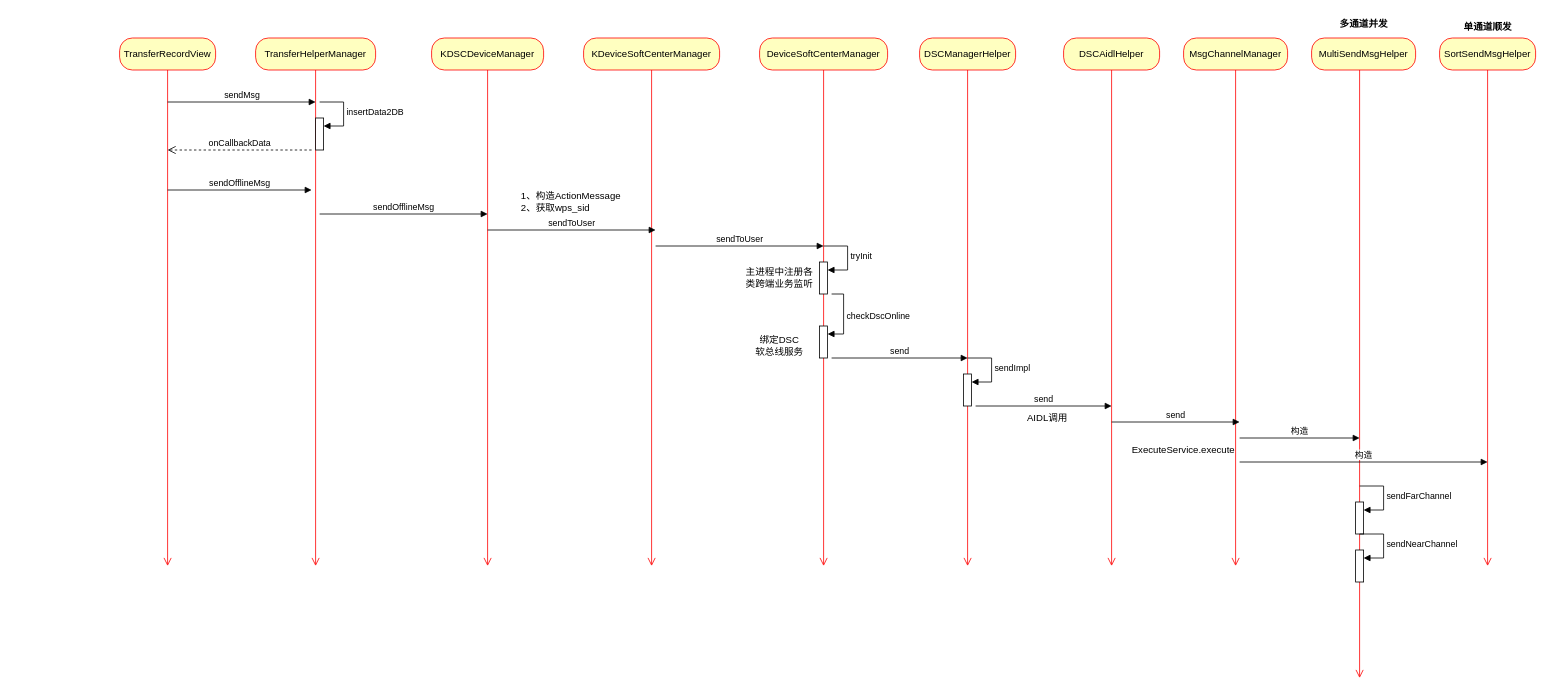
The draw.io diagram 软总线消息发送.drawio in welthy/WXInspireLibrary, before the edit. Source tidied: cells renumbered, new cells numbered last; positions are measured from the earlier drawing's top-left corner, leaving out a move shared by most shapes. Both pictures are drawn from the tidied source at 80%, with x=0, y=0 at pixel (119, 14).
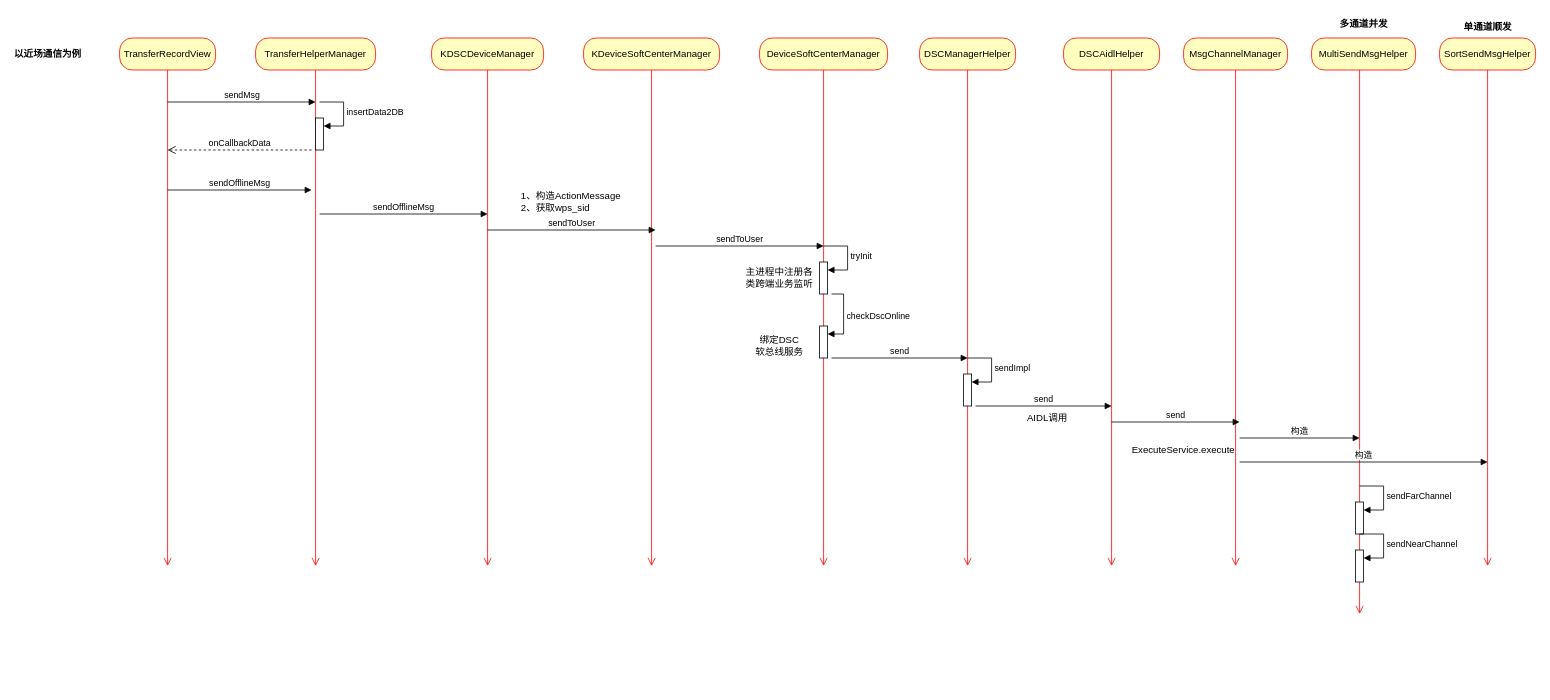
Above is the later version.

Commit message:
更新软总线消息发送.drawio

Unchanged cells that the change refers to:
```xml
<mxCell id="39" value="MultiSendMsgHelper" style="rounded=1;whiteSpace=wrap;html=1;arcSize=40;fontColor=#000000;fillColor=#ffffc0;strokeColor=#ff0000;" parent="1" vertex="1">
  <mxGeometry x="1490" y="30" width="130" height="40" as="geometry" />
</mxCell>
```

Change to the diagram source:
```diff
@@
     <mxCell id="40" style="edgeStyle=orthogonalEdgeStyle;html=1;verticalAlign=bottom;endArrow=open;endSize=8;strokeColor=#ff0000;rounded=0;" parent="1" edge="1" source="39">
       <mxGeometry relative="1" as="geometry">
-        <mxPoint x="1550" y="830" as="targetPoint" />
+        <mxPoint x="1550" y="750" as="targetPoint" />
         <Array as="points">
           <mxPoint x="1550" y="330" />
         </Array>
       </mxGeometry>
     </mxCell>
@@
+    <mxCell id="52" value="以近场通信为例" style="text;align=center;fontStyle=1;verticalAlign=middle;spacingLeft=3;spacingRight=3;strokeColor=none;html=1;" parent="1" vertex="1">
+      <mxGeometry x="-130" y="37" width="80" height="26" as="geometry" />
+    </mxCell>
```
